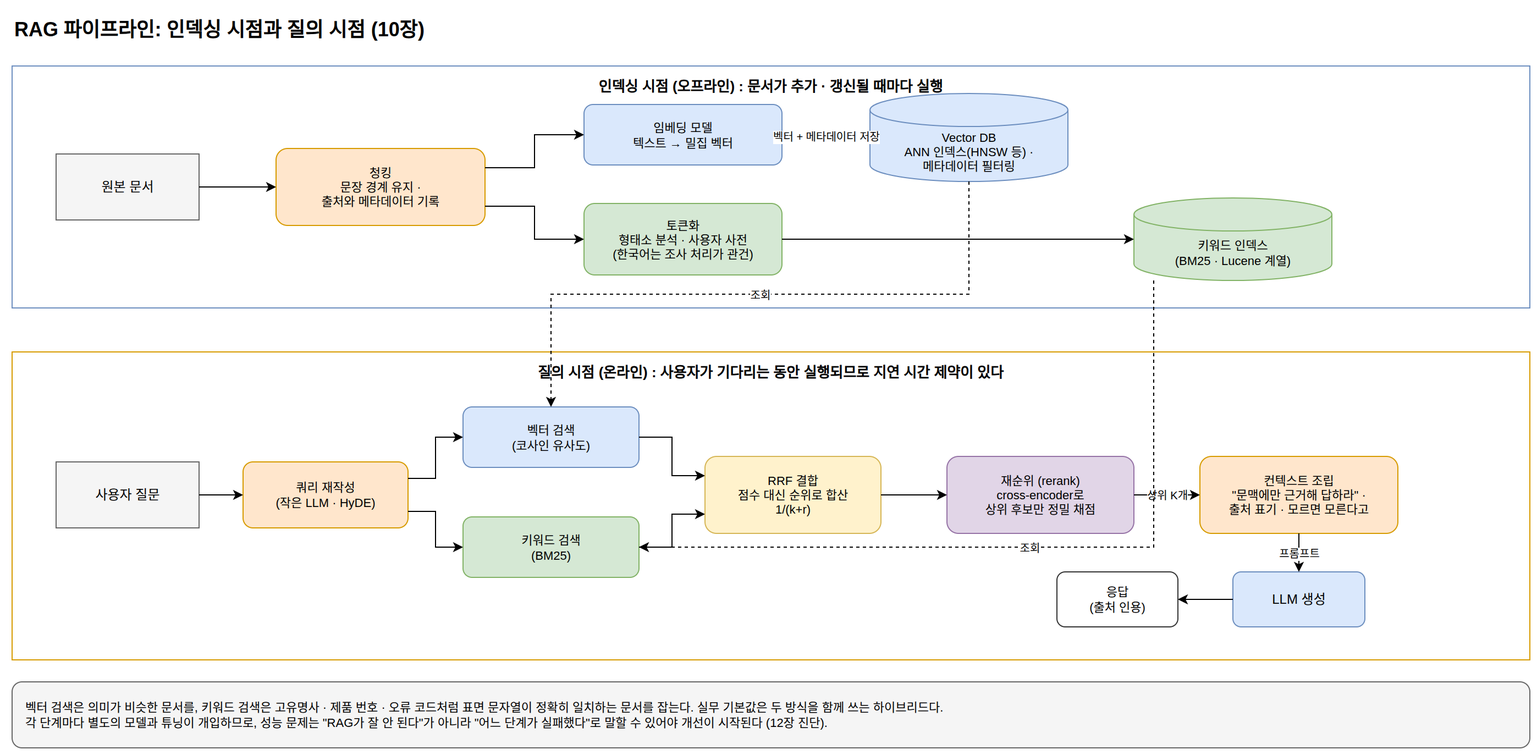
Before: book/diagrams/ch11-rag-pipeline.drawio.png, a diagram exported from draw.io (benelog/llm-principles). Source tidied: cells renumbered, new cells last; positions are measured from the earlier drawing's top-left corner, leaving out a move shared by most shapes. Source of this version:
```xml
<mxGraphModel>
  <root>
    <mxCell id="0" />
    <mxCell id="1" parent="0" />
    <mxCell id="2" value="RAG 파이프라인: 인덱싱 시점과 질의 시점 (10장)" style="text;html=1;fontSize=18;fontStyle=1;align=left;" parent="1" vertex="1">
      <mxGeometry width="600" height="30" as="geometry" />
    </mxCell>
    <mxCell id="3" value="인덱싱 시점 (오프라인) : 문서가 추가 · 갱신될 때마다 실행" style="rounded=0;whiteSpace=wrap;html=1;fillColor=none;strokeColor=#6c8ebf;verticalAlign=top;fontSize=13;fontStyle=1;spacingTop=4;" parent="1" vertex="1">
      <mxGeometry y="50" width="1380" height="220" as="geometry" />
    </mxCell>
    <mxCell id="4" value="원본 문서" style="rounded=0;whiteSpace=wrap;html=1;fillColor=#f5f5f5;strokeColor=#666666;fontSize=12;" parent="1" vertex="1">
      <mxGeometry x="40" y="130" width="130" height="60" as="geometry" />
    </mxCell>
    <mxCell id="5" value="청킹&lt;br&gt;문장 경계 유지 ·&lt;br&gt;출처와 메타데이터 기록" style="rounded=1;whiteSpace=wrap;html=1;fillColor=#ffe6cc;strokeColor=#d79b00;fontSize=11;" parent="1" vertex="1">
      <mxGeometry x="240" y="125" width="190" height="70" as="geometry" />
    </mxCell>
    <mxCell id="6" value="임베딩 모델&lt;br&gt;텍스트 → 밀집 벡터" style="rounded=1;whiteSpace=wrap;html=1;fillColor=#dae8fc;strokeColor=#6c8ebf;fontSize=11;" parent="1" vertex="1">
      <mxGeometry x="520" y="85" width="180" height="55" as="geometry" />
    </mxCell>
    <mxCell id="7" value="Vector DB&lt;br&gt;ANN 인덱스(HNSW 등) ·&lt;br&gt;메타데이터 필터링" style="shape=cylinder3;whiteSpace=wrap;html=1;boundedLbl=1;backgroundOutline=1;size=15;fillColor=#dae8fc;strokeColor=#6c8ebf;fontSize=11;" parent="1" vertex="1">
      <mxGeometry x="780" y="75" width="180" height="80" as="geometry" />
    </mxCell>
    <mxCell id="8" value="토큰화&lt;br&gt;형태소 분석 · 사용자 사전&lt;br&gt;(한국어는 조사 처리가 관건)" style="rounded=1;whiteSpace=wrap;html=1;fillColor=#d5e8d4;strokeColor=#82b366;fontSize=11;" parent="1" vertex="1">
      <mxGeometry x="520" y="175" width="180" height="65" as="geometry" />
    </mxCell>
    <mxCell id="9" value="키워드 인덱스&lt;br&gt;(BM25 · Lucene 계열)" style="shape=cylinder3;whiteSpace=wrap;html=1;boundedLbl=1;backgroundOutline=1;size=15;fillColor=#d5e8d4;strokeColor=#82b366;fontSize=11;" parent="1" vertex="1">
      <mxGeometry x="1020" y="170" width="180" height="75" as="geometry" />
    </mxCell>
    <mxCell id="10" style="edgeStyle=orthogonalEdgeStyle;rounded=0;html=1;exitX=1;exitY=0.5;entryX=0;entryY=0.5;" parent="1" edge="1" source="4" target="5">
      <mxGeometry relative="1" as="geometry" />
    </mxCell>
    <mxCell id="11" style="edgeStyle=orthogonalEdgeStyle;rounded=0;html=1;exitX=1;exitY=0.25;entryX=0;entryY=0.5;" parent="1" edge="1" source="5" target="6">
      <mxGeometry relative="1" as="geometry" />
    </mxCell>
    <mxCell id="12" style="edgeStyle=orthogonalEdgeStyle;rounded=0;html=1;exitX=1;exitY=0.75;entryX=0;entryY=0.5;" parent="1" edge="1" source="5" target="8">
      <mxGeometry relative="1" as="geometry" />
    </mxCell>
    <mxCell id="13" value="벡터 + 메타데이터 저장" style="edgeStyle=orthogonalEdgeStyle;rounded=0;html=1;exitX=1;exitY=0.5;entryX=0;entryY=0.5;fontSize=10;" parent="1" edge="1" source="6" target="7">
      <mxGeometry relative="1" as="geometry" />
    </mxCell>
    <mxCell id="14" style="edgeStyle=orthogonalEdgeStyle;rounded=0;html=1;exitX=1;exitY=0.5;entryX=0;entryY=0.5;" parent="1" edge="1" source="8" target="9">
      <mxGeometry relative="1" as="geometry" />
    </mxCell>
    <mxCell id="15" value="질의 시점 (온라인) : 사용자가 기다리는 동안 실행되므로 지연 시간 제약이 있다" style="rounded=0;whiteSpace=wrap;html=1;fillColor=none;strokeColor=#d79b00;verticalAlign=top;fontSize=13;fontStyle=1;spacingTop=4;" parent="1" vertex="1">
      <mxGeometry y="310" width="1380" height="280" as="geometry" />
    </mxCell>
    <mxCell id="16" value="사용자 질문" style="rounded=0;whiteSpace=wrap;html=1;fillColor=#f5f5f5;strokeColor=#666666;fontSize=12;" parent="1" vertex="1">
      <mxGeometry x="40" y="410" width="130" height="60" as="geometry" />
    </mxCell>
    <mxCell id="17" value="쿼리 재작성&lt;br&gt;(작은 LLM · HyDE)" style="rounded=1;whiteSpace=wrap;html=1;fillColor=#ffe6cc;strokeColor=#d79b00;fontSize=11;" parent="1" vertex="1">
      <mxGeometry x="210" y="410" width="150" height="60" as="geometry" />
    </mxCell>
    <mxCell id="18" value="벡터 검색&lt;br&gt;(코사인 유사도)" style="rounded=1;whiteSpace=wrap;html=1;fillColor=#dae8fc;strokeColor=#6c8ebf;fontSize=11;" parent="1" vertex="1">
      <mxGeometry x="410" y="360" width="160" height="55" as="geometry" />
    </mxCell>
    <mxCell id="19" value="키워드 검색&lt;br&gt;(BM25)" style="rounded=1;whiteSpace=wrap;html=1;fillColor=#d5e8d4;strokeColor=#82b366;fontSize=11;" parent="1" vertex="1">
      <mxGeometry x="410" y="460" width="160" height="55" as="geometry" />
    </mxCell>
    <mxCell id="20" value="RRF 결합&lt;br&gt;점수 대신 순위로 합산&lt;br&gt;1/(k+r)" style="rounded=1;whiteSpace=wrap;html=1;fillColor=#fff2cc;strokeColor=#d6b656;fontSize=11;" parent="1" vertex="1">
      <mxGeometry x="630" y="405" width="160" height="70" as="geometry" />
    </mxCell>
    <mxCell id="21" value="재순위 (rerank)&lt;br&gt;cross-encoder로&lt;br&gt;상위 후보만 정밀 채점" style="rounded=1;whiteSpace=wrap;html=1;fillColor=#e1d5e7;strokeColor=#9673a6;fontSize=11;" parent="1" vertex="1">
      <mxGeometry x="850" y="405" width="170" height="70" as="geometry" />
    </mxCell>
    <mxCell id="22" value="컨텍스트 조립&lt;br&gt;&quot;문맥에만 근거해 답하라&quot; ·&lt;br&gt;출처 표기 · 모르면 모른다고" style="rounded=1;whiteSpace=wrap;html=1;fillColor=#ffe6cc;strokeColor=#d79b00;fontSize=11;" parent="1" vertex="1">
      <mxGeometry x="1080" y="405" width="180" height="70" as="geometry" />
    </mxCell>
    <mxCell id="23" value="LLM 생성" style="rounded=1;whiteSpace=wrap;html=1;fillColor=#dae8fc;strokeColor=#6c8ebf;fontSize=12;" parent="1" vertex="1">
      <mxGeometry x="1110" y="510" width="120" height="50" as="geometry" />
    </mxCell>
    <mxCell id="24" value="응답&lt;br&gt;(출처 인용)" style="rounded=1;whiteSpace=wrap;html=1;fillColor=#ffffff;strokeColor=#333333;fontSize=11;" parent="1" vertex="1">
      <mxGeometry x="950" y="510" width="110" height="50" as="geometry" />
    </mxCell>
    <mxCell id="25" style="edgeStyle=orthogonalEdgeStyle;rounded=0;html=1;exitX=1;exitY=0.5;entryX=0;entryY=0.5;" parent="1" edge="1" source="16" target="17">
      <mxGeometry relative="1" as="geometry" />
    </mxCell>
    <mxCell id="26" style="edgeStyle=orthogonalEdgeStyle;rounded=0;html=1;exitX=1;exitY=0.25;entryX=0;entryY=0.5;" parent="1" edge="1" source="17" target="18">
      <mxGeometry relative="1" as="geometry" />
    </mxCell>
    <mxCell id="27" style="edgeStyle=orthogonalEdgeStyle;rounded=0;html=1;exitX=1;exitY=0.75;entryX=0;entryY=0.5;" parent="1" edge="1" source="17" target="19">
      <mxGeometry relative="1" as="geometry" />
    </mxCell>
    <mxCell id="28" style="edgeStyle=orthogonalEdgeStyle;rounded=0;html=1;exitX=1;exitY=0.5;entryX=0;entryY=0.25;" parent="1" edge="1" source="18" target="20">
      <mxGeometry relative="1" as="geometry" />
    </mxCell>
    <mxCell id="29" style="edgeStyle=orthogonalEdgeStyle;rounded=0;html=1;exitX=1;exitY=0.5;entryX=0;entryY=0.75;" parent="1" edge="1" source="19" target="20">
      <mxGeometry relative="1" as="geometry" />
    </mxCell>
    <mxCell id="30" style="edgeStyle=orthogonalEdgeStyle;rounded=0;html=1;exitX=1;exitY=0.5;entryX=0;entryY=0.5;" parent="1" edge="1" source="20" target="21">
      <mxGeometry relative="1" as="geometry" />
    </mxCell>
    <mxCell id="31" value="상위 K개" style="edgeStyle=orthogonalEdgeStyle;rounded=0;html=1;exitX=1;exitY=0.5;entryX=0;entryY=0.5;fontSize=10;" parent="1" edge="1" source="21" target="22">
      <mxGeometry relative="1" as="geometry" />
    </mxCell>
    <mxCell id="32" value="프롬프트" style="edgeStyle=orthogonalEdgeStyle;rounded=0;html=1;exitX=0.5;exitY=1;entryX=0.5;entryY=0;fontSize=10;" parent="1" edge="1" source="22" target="23">
      <mxGeometry relative="1" as="geometry" />
    </mxCell>
    <mxCell id="33" style="edgeStyle=orthogonalEdgeStyle;rounded=0;html=1;exitX=0;exitY=0.5;entryX=1;entryY=0.5;" parent="1" edge="1" source="23" target="24">
      <mxGeometry relative="1" as="geometry" />
    </mxCell>
    <mxCell id="34" value="조회" style="edgeStyle=orthogonalEdgeStyle;rounded=0;html=1;dashed=1;exitX=0.5;exitY=1;entryX=0.5;entryY=0;fontSize=10;" parent="1" edge="1" source="7" target="18">
      <mxGeometry relative="1" as="geometry" />
    </mxCell>
    <mxCell id="35" value="조회" style="edgeStyle=orthogonalEdgeStyle;rounded=0;html=1;dashed=1;exitX=0.1;exitY=1;entryX=1;entryY=0.5;fontSize=10;" parent="1" edge="1" source="9" target="19">
      <mxGeometry relative="1" as="geometry" />
    </mxCell>
    <mxCell id="36" value="벡터 검색은 의미가 비슷한 문서를, 키워드 검색은 고유명사 · 제품 번호 · 오류 코드처럼 표면 문자열이 정확히 일치하는 문서를 잡는다. 실무 기본값은 두 방식을 함께 쓰는 하이브리드다.&lt;br&gt;각 단계마다 별도의 모델과 튜닝이 개입하므로, 성능 문제는 &quot;RAG가 잘 안 된다&quot;가 아니라 &quot;어느 단계가 실패했다&quot;로 말할 수 있어야 개선이 시작된다 (12장 진단)." style="rounded=1;whiteSpace=wrap;html=1;fillColor=#f5f5f5;strokeColor=#666666;fontSize=11;align=left;spacingLeft=10;" parent="1" vertex="1">
      <mxGeometry y="610" width="1380" height="60" as="geometry" />
    </mxCell>
  </root>
</mxGraphModel>
```
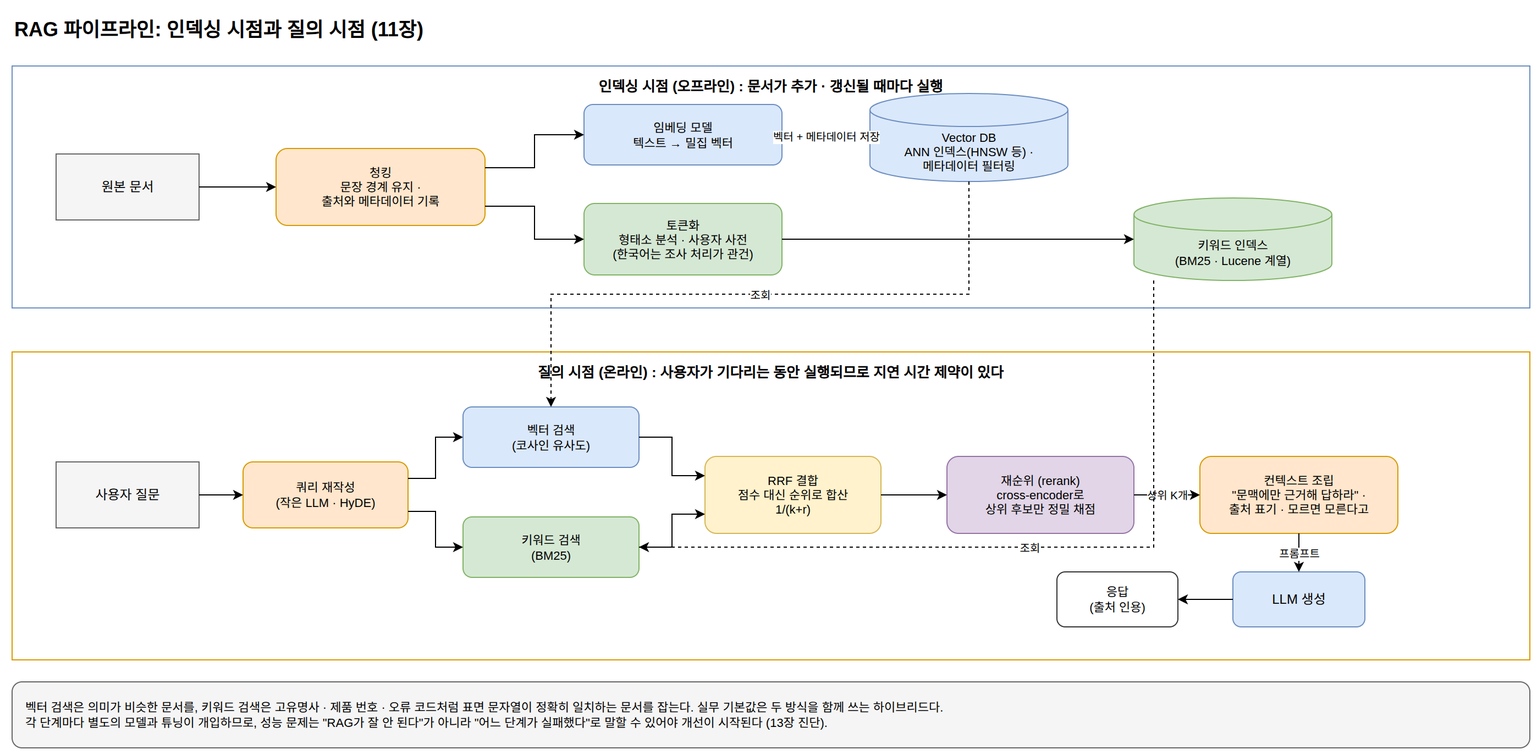
The same diagram one commit later.

The edit, as a diff of the source:
```diff
@@ -2,7 +2,7 @@
   <root>
     <mxCell id="0" />
     <mxCell id="1" parent="0" />
-    <mxCell id="2" value="RAG 파이프라인: 인덱싱 시점과 질의 시점 (10장)" style="text;html=1;fontSize=18;fontStyle=1;align=left;" parent="1" vertex="1">
+    <mxCell id="2" value="RAG 파이프라인: 인덱싱 시점과 질의 시점 (11장)" style="text;html=1;fontSize=18;fontStyle=1;align=left;" parent="1" vertex="1">
       <mxGeometry width="600" height="30" as="geometry" />
     </mxCell>
     <mxCell id="3" value="인덱싱 시점 (오프라인) : 문서가 추가 · 갱신될 때마다 실행" style="rounded=0;whiteSpace=wrap;html=1;fillColor=none;strokeColor=#6c8ebf;verticalAlign=top;fontSize=13;fontStyle=1;spacingTop=4;" parent="1" vertex="1">
@@ -104,7 +104,7 @@
     <mxCell id="35" value="조회" style="edgeStyle=orthogonalEdgeStyle;rounded=0;html=1;dashed=1;exitX=0.1;exitY=1;entryX=1;entryY=0.5;fontSize=10;" parent="1" edge="1" source="9" target="19">
       <mxGeometry relative="1" as="geometry" />
     </mxCell>
-    <mxCell id="36" value="벡터 검색은 의미가 비슷한 문서를, 키워드 검색은 고유명사 · 제품 번호 · 오류 코드처럼 표면 문자열이 정확히 일치하는 문서를 잡는다. 실무 기본값은 두 방식을 함께 쓰는 하이브리드다.&lt;br&gt;각 단계마다 별도의 모델과 튜닝이 개입하므로, 성능 문제는 &quot;RAG가 잘 안 된다&quot;가 아니라 &quot;어느 단계가 실패했다&quot;로 말할 수 있어야 개선이 시작된다 (12장 진단)." style="rounded=1;whiteSpace=wrap;html=1;fillColor=#f5f5f5;strokeColor=#666666;fontSize=11;align=left;spacingLeft=10;" parent="1" vertex="1">
+    <mxCell id="36" value="벡터 검색은 의미가 비슷한 문서를, 키워드 검색은 고유명사 · 제품 번호 · 오류 코드처럼 표면 문자열이 정확히 일치하는 문서를 잡는다. 실무 기본값은 두 방식을 함께 쓰는 하이브리드다.&lt;br&gt;각 단계마다 별도의 모델과 튜닝이 개입하므로, 성능 문제는 &quot;RAG가 잘 안 된다&quot;가 아니라 &quot;어느 단계가 실패했다&quot;로 말할 수 있어야 개선이 시작된다 (13장 진단)." style="rounded=1;whiteSpace=wrap;html=1;fillColor=#f5f5f5;strokeColor=#666666;fontSize=11;align=left;spacingLeft=10;" parent="1" vertex="1">
       <mxGeometry y="610" width="1380" height="60" as="geometry" />
     </mxCell>
   </root>
```
